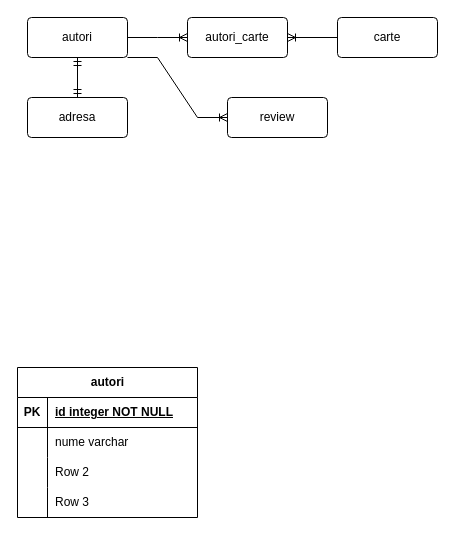
andreea-agrisan/modelare_db keeps this draw.io diagram as Diagramă fără titlu.drawio. Above is the earlier version. Source tidied: cells renumbered, new cells numbered last; positions are measured from the earlier drawing's top-left corner, leaving out a move shared by most shapes. Both pictures are drawn from the tidied source at 100%, with x=0, y=0 at pixel (17, 17).
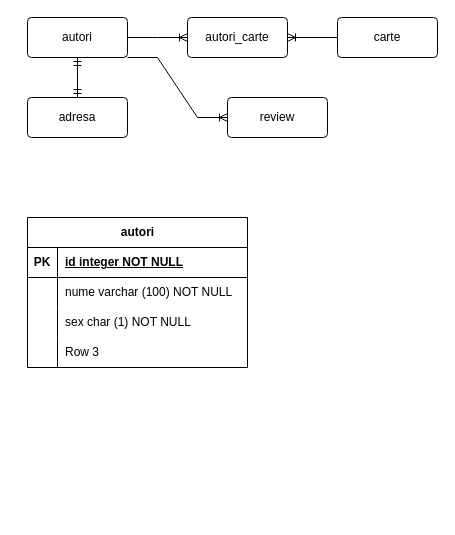
The same diagram, later.

Commit message:
diagrame_autori

Diff of the diagram source:
```diff
@@
     <mxCell id="2" value="autori" style="shape=table;startSize=30;childLayout=tableLayout;rowLines=0;fontStyle=1;align=center;html=1;" parent="1" vertex="1">
-      <mxGeometry y="350" width="180" height="150" as="geometry" />
+      <mxGeometry x="10" y="200" width="220" height="150" as="geometry" />
     </mxCell>
     <mxCell id="3" style="shape=tableRow;horizontal=0;startSize=0;swimlaneHead=0;swimlaneBody=0;fillColor=none;top=0;left=0;right=0;bottom=1;" parent="2" vertex="1">
-      <mxGeometry y="30" width="180" height="30" as="geometry" />
+      <mxGeometry y="30" width="220" height="30" as="geometry" />
     </mxCell>
@@
     <mxCell id="5" value="id integer NOT NULL" style="shape=partialRectangle;fillColor=none;top=0;left=0;bottom=0;right=0;align=left;spacingLeft=6;fontStyle=5;overflow=hidden;whiteSpace=wrap;html=1;" parent="3" vertex="1">
-      <mxGeometry x="30" width="150" height="30" as="geometry" />
+      <mxGeometry x="30" width="190" height="30" as="geometry" />
     </mxCell>
     <mxCell id="6" style="shape=tableRow;horizontal=0;startSize=0;swimlaneHead=0;swimlaneBody=0;fillColor=none;top=0;left=0;right=0;bottom=0;" parent="2" vertex="1">
-      <mxGeometry y="60" width="180" height="30" as="geometry" />
+      <mxGeometry y="60" width="220" height="30" as="geometry" />
     </mxCell>
@@
-    <mxCell id="8" value="nume varchar&amp;nbsp;" style="shape=partialRectangle;fillColor=none;top=0;left=0;bottom=0;right=0;align=left;spacingLeft=6;overflow=hidden;whiteSpace=wrap;html=1;" parent="6" vertex="1">
-      <mxGeometry x="30" width="150" height="30" as="geometry" />
+    <mxCell id="8" value="nume varchar (100) NOT NULL&amp;nbsp;" style="shape=partialRectangle;fillColor=none;top=0;left=0;bottom=0;right=0;align=left;spacingLeft=6;overflow=hidden;whiteSpace=wrap;html=1;" parent="6" vertex="1">
+      <mxGeometry x="30" width="190" height="30" as="geometry" />
     </mxCell>
     <mxCell id="9" style="shape=tableRow;horizontal=0;startSize=0;swimlaneHead=0;swimlaneBody=0;fillColor=none;top=0;left=0;right=0;bottom=0;" parent="2" vertex="1">
-      <mxGeometry y="90" width="180" height="30" as="geometry" />
+      <mxGeometry y="90" width="220" height="30" as="geometry" />
     </mxCell>
@@
-    <mxCell id="11" value="Row 2" style="shape=partialRectangle;fillColor=none;top=0;left=0;bottom=0;right=0;align=left;spacingLeft=6;overflow=hidden;whiteSpace=wrap;html=1;" parent="9" vertex="1">
-      <mxGeometry x="30" width="150" height="30" as="geometry" />
+    <mxCell id="11" value="sex char (1) NOT NULL" style="shape=partialRectangle;fillColor=none;top=0;left=0;bottom=0;right=0;align=left;spacingLeft=6;overflow=hidden;whiteSpace=wrap;html=1;" parent="9" vertex="1">
+      <mxGeometry x="30" width="190" height="30" as="geometry" />
     </mxCell>
     <mxCell id="12" style="shape=tableRow;horizontal=0;startSize=0;swimlaneHead=0;swimlaneBody=0;fillColor=none;top=0;left=0;right=0;bottom=0;" parent="2" vertex="1">
-      <mxGeometry y="120" width="180" height="30" as="geometry" />
+      <mxGeometry y="120" width="220" height="30" as="geometry" />
     </mxCell>
@@
     <mxCell id="14" value="Row 3" style="shape=partialRectangle;fillColor=none;top=0;left=0;bottom=0;right=0;align=left;spacingLeft=6;overflow=hidden;whiteSpace=wrap;html=1;" parent="12" vertex="1">
-      <mxGeometry x="30" width="150" height="30" as="geometry" />
+      <mxGeometry x="30" width="190" height="30" as="geometry" />
     </mxCell>
```
